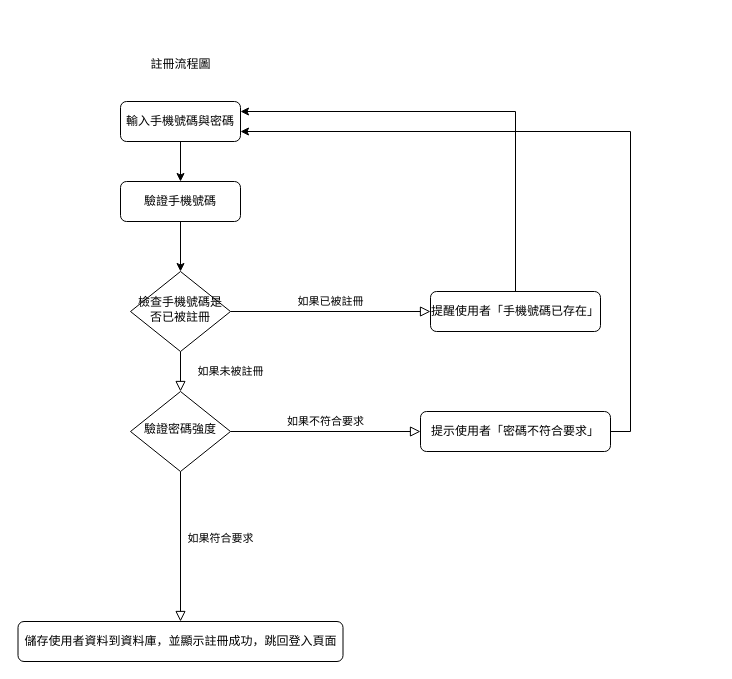
Earlier version of the draw.io diagram 系統流程圖(註冊流程圖).drawio (hak99101314/Maintenance-inquiry-system). Source tidied: cells renumbered, new cells numbered last; positions are measured from the earlier drawing's top-left corner, leaving out a move shared by most shapes. Both pictures are drawn from the tidied source at 100%, with x=0, y=0 at pixel (18, 49).
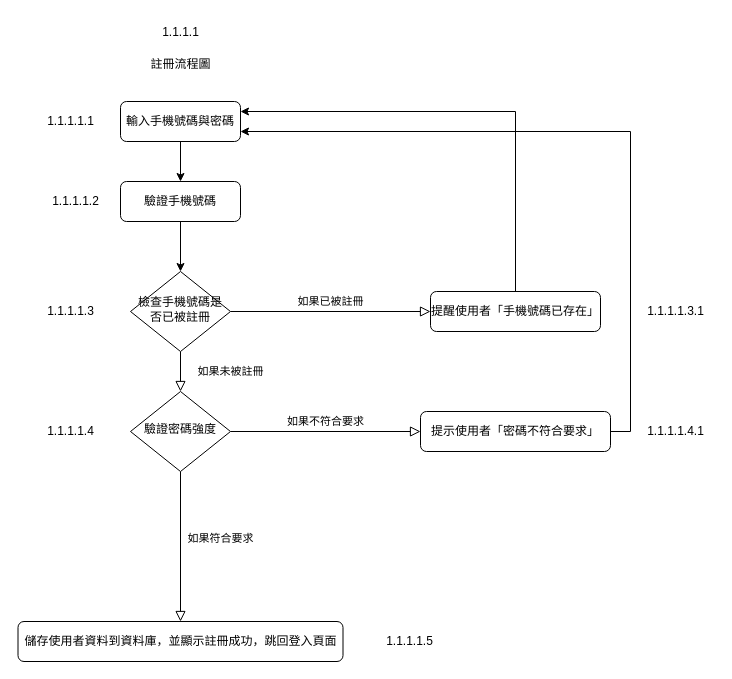
Above is the later version.

Commit message:
更新系統流程圖(註冊流程圖).drawio

Change to the diagram source:
```diff
@@
+    <mxCell id="18" value="1.1.1.1" style="text;html=1;align=center;verticalAlign=middle;strokeColor=none;fillColor=none;" parent="1" vertex="1">
+      <mxGeometry x="132" y="-32" width="60" height="30" as="geometry" />
+    </mxCell>
+    <mxCell id="19" value="1.1.1.1.1" style="text;html=1;align=center;verticalAlign=middle;strokeColor=none;fillColor=none;" parent="1" vertex="1">
+      <mxGeometry x="17" y="57" width="70" height="30" as="geometry" />
+    </mxCell>
+    <mxCell id="20" value="1.1.1.1.2" style="text;html=1;align=center;verticalAlign=middle;strokeColor=none;fillColor=none;" parent="1" vertex="1">
+      <mxGeometry x="22" y="137" width="70" height="30" as="geometry" />
+    </mxCell>
+    <mxCell id="21" value="1.1.1.1.3" style="text;html=1;align=center;verticalAlign=middle;strokeColor=none;fillColor=none;" parent="1" vertex="1">
+      <mxGeometry x="17" y="247" width="70" height="30" as="geometry" />
+    </mxCell>
+    <mxCell id="22" value="1.1.1.1.3.1" style="text;html=1;align=center;verticalAlign=middle;strokeColor=none;fillColor=none;" parent="1" vertex="1">
+      <mxGeometry x="617" y="247" width="80" height="30" as="geometry" />
+    </mxCell>
+    <mxCell id="23" value="1.1.1.1.4" style="text;html=1;align=center;verticalAlign=middle;strokeColor=none;fillColor=none;" parent="1" vertex="1">
+      <mxGeometry x="17" y="367" width="70" height="30" as="geometry" />
+    </mxCell>
+    <mxCell id="24" value="1.1.1.1.4.1" style="text;html=1;align=center;verticalAlign=middle;strokeColor=none;fillColor=none;" parent="1" vertex="1">
+      <mxGeometry x="617" y="367" width="80" height="30" as="geometry" />
+    </mxCell>
+    <mxCell id="25" value="1.1.1.1.5" style="text;html=1;align=center;verticalAlign=middle;strokeColor=none;fillColor=none;" parent="1" vertex="1">
+      <mxGeometry x="356" y="577" width="70" height="30" as="geometry" />
+    </mxCell>
```
